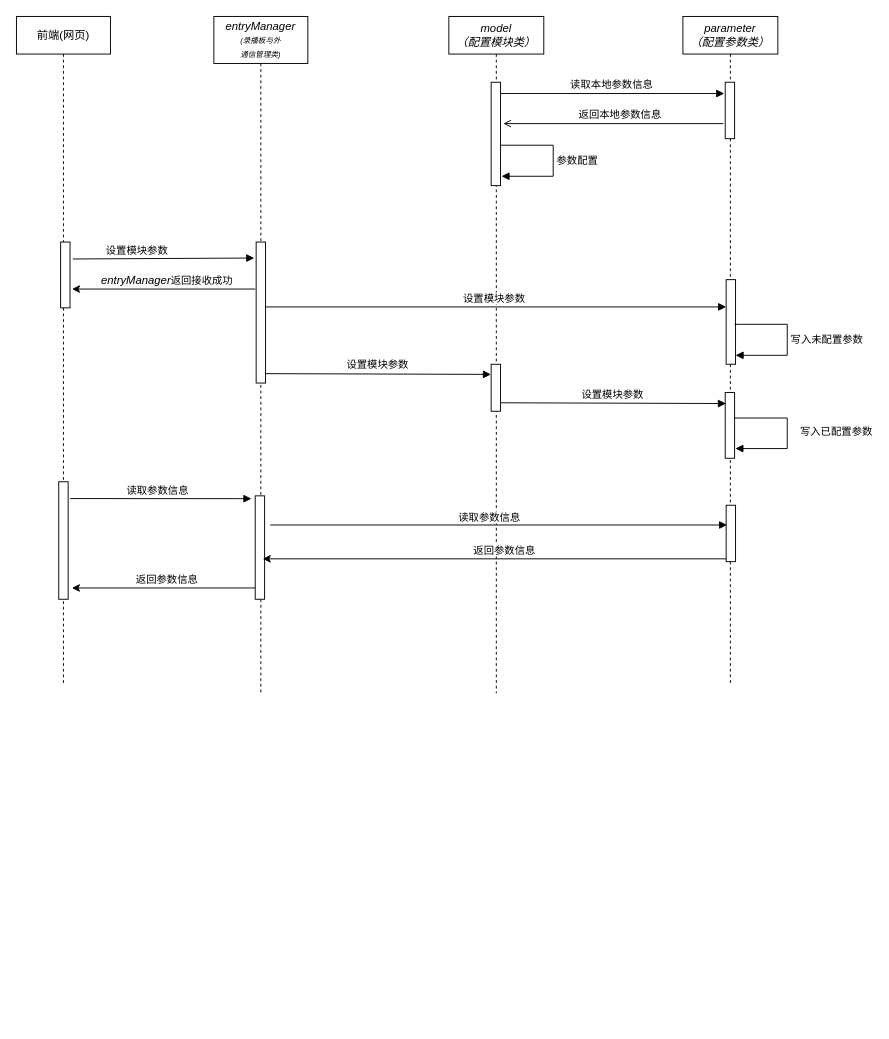
Earlier version of the draw.io diagram 录播get模块.drawio (huangPeiLc/drawio). Source tidied: cells renumbered, new cells numbered last; positions are measured from the earlier drawing's top-left corner, leaving out a move shared by most shapes. Both pictures are drawn from the tidied source at 94%, with x=0, y=0 at pixel (16, 16).
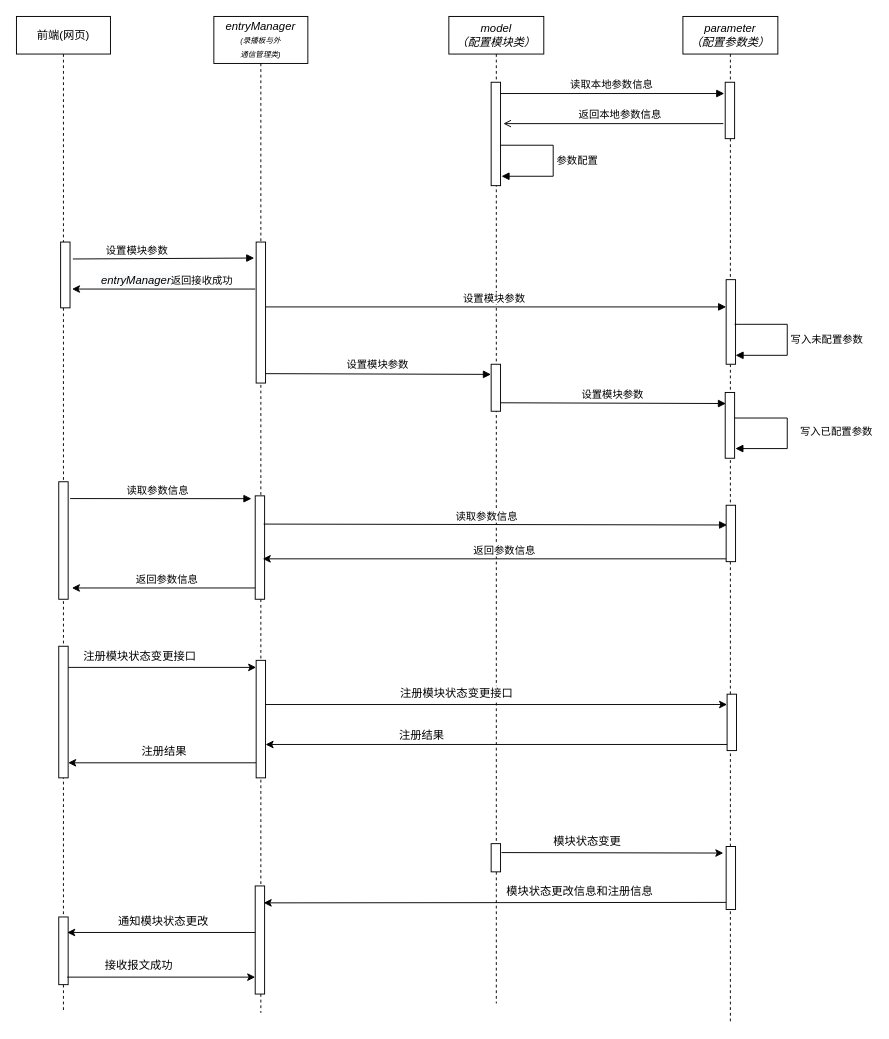
After the change.

The change refers to these unchanged cells:
```xml
<mxCell id="7" style="html=1;points=[];perimeter=orthogonalPerimeter;" parent="5" vertex="1">
  <mxGeometry x="44" y="510" width="10" height="110" as="geometry" />
</mxCell>
<mxCell id="18" style="html=1;points=[];perimeter=orthogonalPerimeter;" parent="16" vertex="1">
  <mxGeometry x="46" y="520" width="10" height="60" as="geometry" />
</mxCell>
```

The edit, as a diff of the source:
```diff
@@
     <mxCell id="2" value="前端(网页)" style="shape=umlLifeline;perimeter=lifelinePerimeter;whiteSpace=wrap;html=1;" parent="1" vertex="1">
-      <mxGeometry width="100" height="710" as="geometry" />
+      <mxGeometry width="100" height="1060" as="geometry" />
     </mxCell>
@@
     <mxCell id="5" value="&lt;i style=&quot;white-space: nowrap&quot;&gt;entryManager&lt;br&gt;&lt;font style=&quot;font-size: 8px&quot;&gt;(录播板与外&lt;br&gt;通信管理类)&lt;/font&gt;&lt;/i&gt;" style="shape=umlLifeline;perimeter=lifelinePerimeter;whiteSpace=wrap;html=1;size=50;" parent="1" vertex="1">
-      <mxGeometry x="210" width="100" height="720" as="geometry" />
+      <mxGeometry x="210" width="100" height="1060" as="geometry" />
     </mxCell>
@@
+    <mxCell id="30" style="html=1;perimeter=orthogonalPerimeter;" parent="5" vertex="1">
+      <mxGeometry x="45" y="685" width="10" height="125" as="geometry" />
+    </mxCell>
+    <mxCell id="31" style="html=1;perimeter=orthogonalPerimeter;" parent="5" vertex="1">
+      <mxGeometry x="44" y="925" width="10" height="115" as="geometry" />
+    </mxCell>
     <mxCell id="8" value="&lt;i style=&quot;white-space: nowrap&quot;&gt;model&lt;br&gt;（配置模块类）&lt;br&gt;&lt;/i&gt;" style="shape=umlLifeline;perimeter=lifelinePerimeter;whiteSpace=wrap;html=1;" parent="1" vertex="1">
-      <mxGeometry x="460" width="101" height="720" as="geometry" />
+      <mxGeometry x="460" width="101" height="1050" as="geometry" />
     </mxCell>
@@
+    <mxCell id="32" style="html=1;perimeter=orthogonalPerimeter;" parent="8" vertex="1">
+      <mxGeometry x="45" y="880" width="10" height="30" as="geometry" />
+    </mxCell>
@@
     <mxCell id="16" value="&lt;i&gt;&lt;span style=&quot;white-space: nowrap&quot;&gt;parameter&lt;br&gt;（配置参数类）&lt;/span&gt;&lt;br&gt;&lt;/i&gt;" style="shape=umlLifeline;perimeter=lifelinePerimeter;whiteSpace=wrap;html=1;" parent="1" vertex="1">
-      <mxGeometry x="709" width="101" height="710" as="geometry" />
+      <mxGeometry x="709" width="101" height="1070" as="geometry" />
     </mxCell>
@@
+    <mxCell id="33" style="html=1;points=[];perimeter=orthogonalPerimeter;" parent="16" vertex="1">
+      <mxGeometry x="47" y="721" width="10" height="60" as="geometry" />
+    </mxCell>
+    <mxCell id="34" style="html=1;points=[];perimeter=orthogonalPerimeter;" parent="16" vertex="1">
+      <mxGeometry x="46" y="883" width="10" height="67" as="geometry" />
+    </mxCell>
@@
-    <mxCell id="28" value="读取参数信息" style="html=1;verticalAlign=bottom;endArrow=block;entryX=0.1;entryY=0.35;entryDx=0;entryDy=0;entryPerimeter=0;" parent="1" edge="1" target="18">
-      <mxGeometry x="-0.04" y="-1" relative="1" as="geometry">
-        <mxPoint x="270" y="541" as="sourcePoint" />
-      </mxGeometry>
+    <mxCell id="28" value="读取参数信息" style="html=1;verticalAlign=bottom;endArrow=block;entryX=0.1;entryY=0.35;entryDx=0;entryDy=0;entryPerimeter=0;exitX=0.9;exitY=0.273;exitDx=0;exitDy=0;exitPerimeter=0;" parent="1" edge="1" source="7" target="18">
+      <mxGeometry x="-0.04" y="-1" relative="1" as="geometry" />
     </mxCell>
@@
+    <mxCell id="35" style="html=1;perimeter=orthogonalPerimeter;" parent="1" vertex="1">
+      <mxGeometry x="45" y="670" width="10" height="140" as="geometry" />
+    </mxCell>
+    <mxCell id="36" style="endArrow=classic;html=1;" parent="1" edge="1">
+      <mxGeometry relative="1" as="geometry">
+        <mxPoint x="55" y="692.5" as="sourcePoint" />
+        <mxPoint x="255" y="692.5" as="targetPoint" />
+      </mxGeometry>
+    </mxCell>
+    <mxCell id="37" value="注册模块状态变更接口" style="text;html=1;align=center;verticalAlign=middle;labelBackgroundColor=#ffffff;" parent="36" vertex="1">
+      <mxGeometry x="-0.13" relative="1" as="geometry">
+        <mxPoint x="-12" y="-12.5" as="offset" />
+      </mxGeometry>
+    </mxCell>
+    <mxCell id="38" style="endArrow=classic;html=1;" parent="1" edge="1" target="33">
+      <mxGeometry relative="1" as="geometry">
+        <mxPoint x="265" y="732" as="sourcePoint" />
+      </mxGeometry>
+    </mxCell>
+    <mxCell id="39" value="注册模块状态变更接口" style="text;html=1;align=center;verticalAlign=middle;labelBackgroundColor=#ffffff;" parent="38" vertex="1">
+      <mxGeometry x="-0.13" relative="1" as="geometry">
+        <mxPoint x="-12" y="-12.5" as="offset" />
+      </mxGeometry>
+    </mxCell>
+    <mxCell id="40" style="endArrow=classic;html=1;" parent="1" edge="1">
+      <mxGeometry relative="1" as="geometry">
+        <mxPoint x="756" y="774.5" as="sourcePoint" />
+        <mxPoint x="265" y="774.5" as="targetPoint" />
+      </mxGeometry>
+    </mxCell>
+    <mxCell id="41" value="注册结果" style="text;html=1;align=center;verticalAlign=middle;labelBackgroundColor=#ffffff;" parent="40" vertex="1">
+      <mxGeometry x="-0.13" relative="1" as="geometry">
+        <mxPoint x="-112" y="-10.5" as="offset" />
+      </mxGeometry>
+    </mxCell>
+    <mxCell id="42" style="endArrow=classic;html=1;" parent="1" edge="1">
+      <mxGeometry relative="1" as="geometry">
+        <mxPoint x="255" y="794" as="sourcePoint" />
+        <mxPoint x="55" y="794" as="targetPoint" />
+      </mxGeometry>
+    </mxCell>
+    <mxCell id="43" value="注册结果" style="text;html=1;align=center;verticalAlign=middle;labelBackgroundColor=#ffffff;" parent="42" vertex="1">
+      <mxGeometry x="-0.13" relative="1" as="geometry">
+        <mxPoint x="-12" y="-12.5" as="offset" />
+      </mxGeometry>
+    </mxCell>
+    <mxCell id="44" style="endArrow=classic;html=1;" parent="1" edge="1">
+      <mxGeometry relative="1" as="geometry">
+        <mxPoint x="516" y="889.5" as="sourcePoint" />
+        <mxPoint x="752" y="890" as="targetPoint" />
+      </mxGeometry>
+    </mxCell>
+    <mxCell id="45" value="模块状态变更" style="text;html=1;align=center;verticalAlign=middle;labelBackgroundColor=#ffffff;" parent="44" vertex="1">
+      <mxGeometry x="-0.13" relative="1" as="geometry">
+        <mxPoint x="-12" y="-12.5" as="offset" />
+      </mxGeometry>
+    </mxCell>
+    <mxCell id="46" style="endArrow=classic;html=1;exitX=-0.01;exitY=0.888;exitDx=0;exitDy=0;exitPerimeter=0;" parent="1" edge="1" source="34">
+      <mxGeometry relative="1" as="geometry">
+        <mxPoint x="263" y="943" as="targetPoint" />
+      </mxGeometry>
+    </mxCell>
+    <mxCell id="47" value="模块状态更改信息和注册信息" style="text;html=1;align=center;verticalAlign=middle;labelBackgroundColor=#ffffff;" parent="46" vertex="1">
+      <mxGeometry x="-0.13" relative="1" as="geometry">
+        <mxPoint x="58" y="-12.5" as="offset" />
+      </mxGeometry>
+    </mxCell>
+    <mxCell id="48" style="html=1;perimeter=orthogonalPerimeter;" parent="1" vertex="1">
+      <mxGeometry x="45" y="958" width="10" height="72" as="geometry" />
+    </mxCell>
+    <mxCell id="49" style="endArrow=classic;html=1;" parent="1" edge="1">
+      <mxGeometry relative="1" as="geometry">
+        <mxPoint x="254" y="974.5" as="sourcePoint" />
+        <mxPoint x="54" y="974.5" as="targetPoint" />
+      </mxGeometry>
+    </mxCell>
+    <mxCell id="50" value="通知模块状态更改" style="text;html=1;align=center;verticalAlign=middle;labelBackgroundColor=#ffffff;" parent="49" vertex="1">
+      <mxGeometry x="-0.13" relative="1" as="geometry">
+        <mxPoint x="-12" y="-12.5" as="offset" />
+      </mxGeometry>
+    </mxCell>
+    <mxCell id="51" style="endArrow=classic;html=1;" parent="1" edge="1">
+      <mxGeometry relative="1" as="geometry">
+        <mxPoint x="54" y="1022" as="sourcePoint" />
+        <mxPoint x="254" y="1022" as="targetPoint" />
+      </mxGeometry>
+    </mxCell>
+    <mxCell id="52" value="接收报文成功" style="text;html=1;align=center;verticalAlign=middle;labelBackgroundColor=#ffffff;" parent="51" vertex="1">
+      <mxGeometry x="-0.13" relative="1" as="geometry">
+        <mxPoint x="-12" y="-12.5" as="offset" />
+      </mxGeometry>
+    </mxCell>
```
